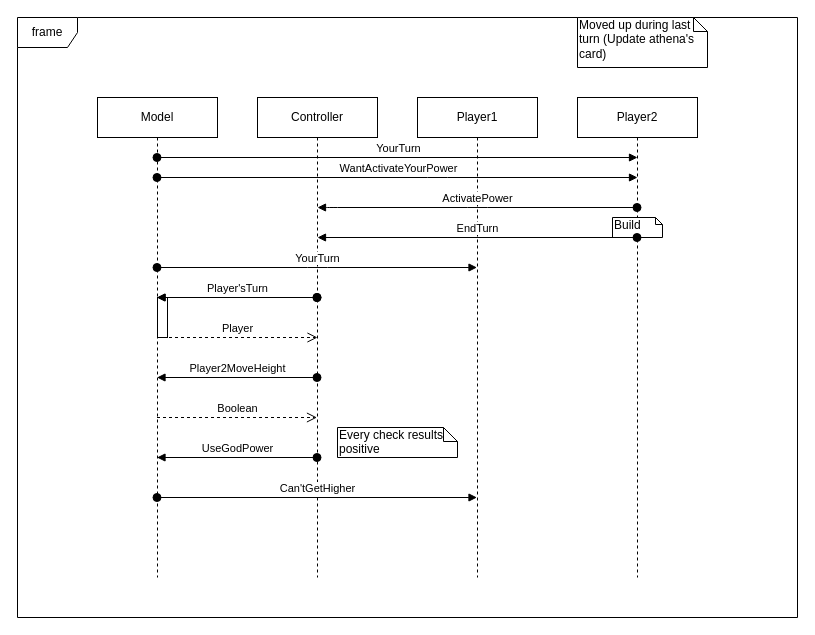
matteovisotto/ing-sw-2020-Siriani-Stucchi-Visotto keeps this draw.io diagram as page "Case_Athena" (2 of 7) of UML/newUML.drawio. Above is the earlier version. Source tidied: cells renumbered, new cells numbered last; positions are measured from the earlier drawing's top-left corner, leaving out a move shared by most shapes. Both pictures are drawn from the tidied source at 100%, with x=0, y=0 at pixel (17, 17).
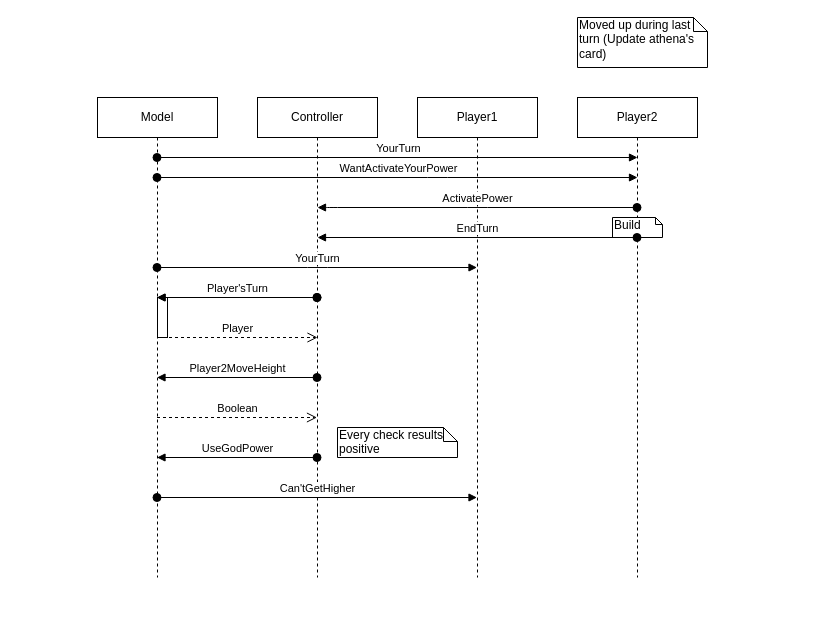
The same diagram, later.

Diff of the diagram source:
```diff
@@
-    <mxCell id="2" value="frame" style="shape=umlFrame;whiteSpace=wrap;html=1;" parent="1" vertex="1">
-      <mxGeometry width="780" height="600" as="geometry" />
-    </mxCell>
```
